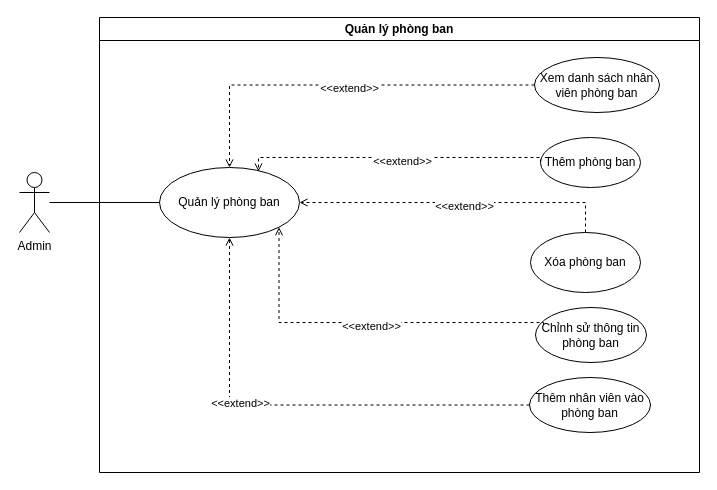
hoangda24312/Group4-DesigningSystem keeps this draw.io diagram as QuanLyPhongBan.drawio. Above is the earlier version. Source tidied: cells renumbered, new cells numbered last; positions are measured from the earlier drawing's top-left corner, leaving out a move shared by most shapes. Both pictures are drawn from the tidied source at 100%, with x=0, y=0 at pixel (19, 17).
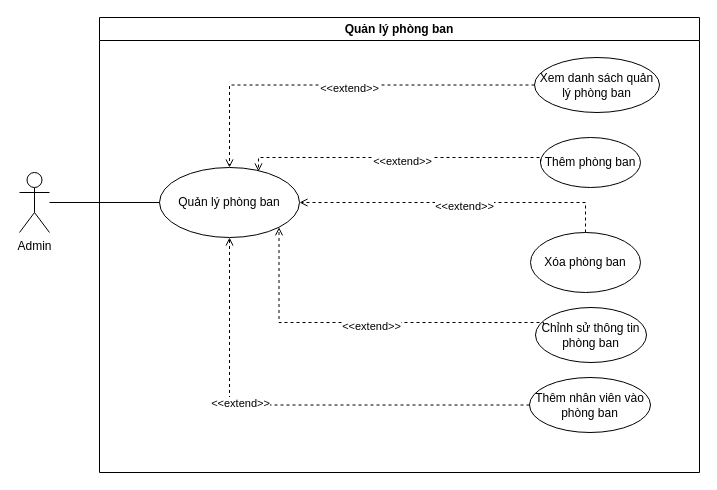
Above is the later version.

What changed in the source:
```diff
@@
-    <mxCell id="9" value="Xem danh sách nhân viên phòng ban" style="ellipse;whiteSpace=wrap;html=1;" parent="1" vertex="1">
+    <mxCell id="9" value="Xem danh sách quản lý phòng ban" style="ellipse;whiteSpace=wrap;html=1;" parent="1" vertex="1">
       <mxGeometry x="515" y="40" width="125" height="55" as="geometry" />
     </mxCell>
```
